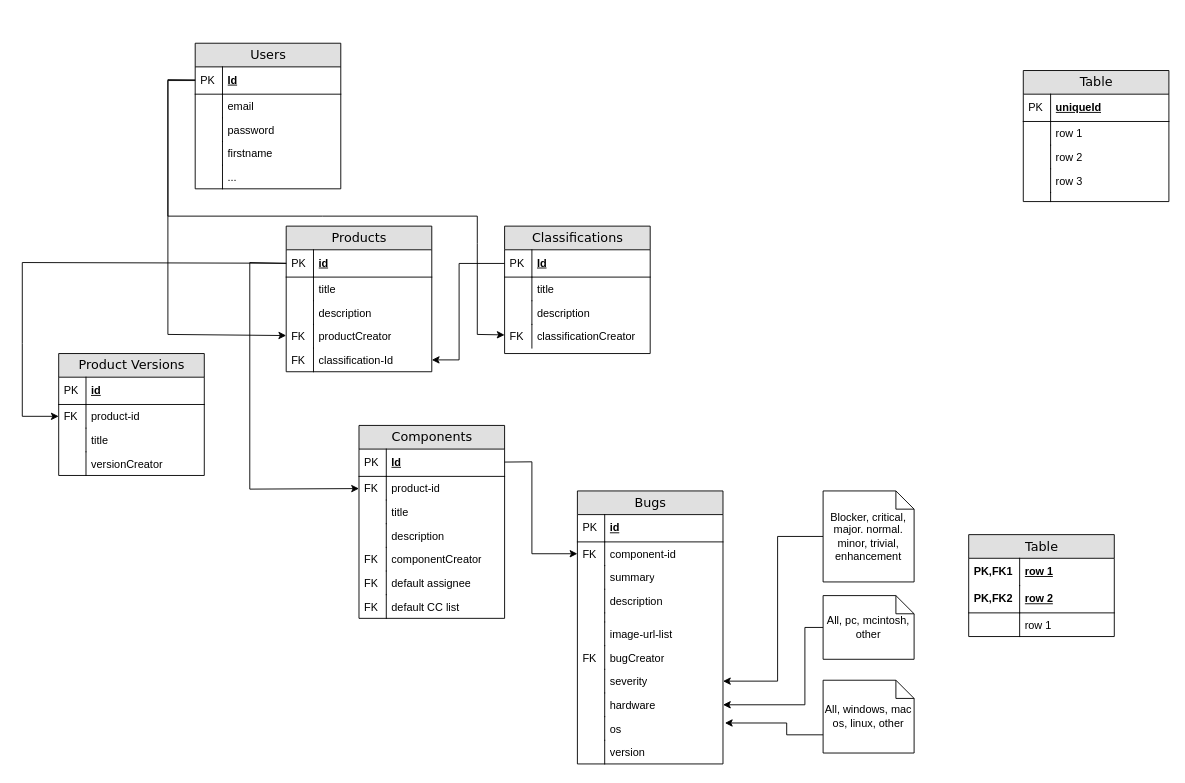
samuelsalomonv/diagrams keeps this draw.io diagram as react-course-by-colt-from-sam/bugzilla-entity-relationship.drawio. Above is the earlier version. Source tidied: cells renumbered, new cells numbered last; positions are measured from the earlier drawing's top-left corner, leaving out a move shared by most shapes. Both pictures are drawn from the tidied source at 91%, with x=0, y=0 at pixel (22, 43).
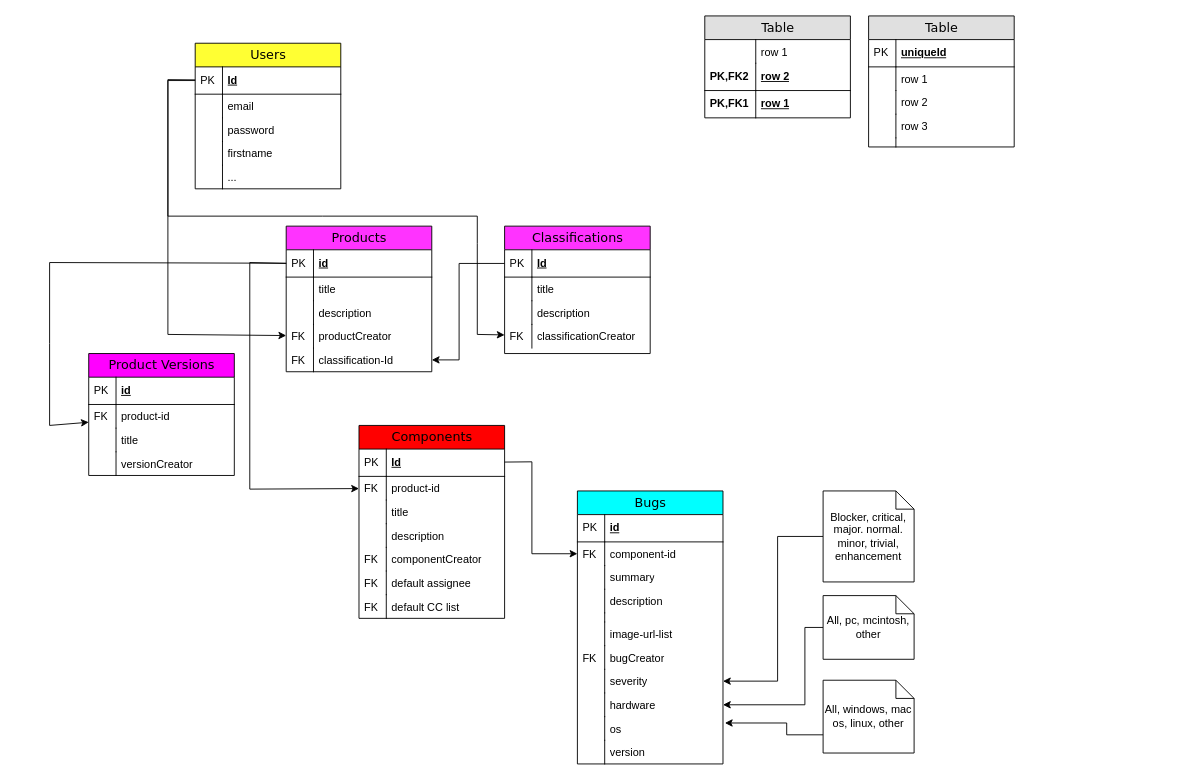
After the change.

Unchanged cells that the change refers to:
```xml
<mxCell id="41" value="id" style="shape=partialRectangle;top=0;left=0;right=0;bottom=1;html=1;align=left;verticalAlign=middle;fillColor=none;spacingLeft=34;spacingRight=4;whiteSpace=wrap;overflow=hidden;points=[[0,0.5],[1,0.5]];portConstraint=eastwest;fontStyle=5;" parent="40" vertex="1">
  <mxGeometry y="26" width="160" height="30" as="geometry" />
</mxCell>
<mxCell id="103" value="product-id" style="shape=partialRectangle;top=0;left=0;right=0;bottom=0;html=1;align=left;verticalAlign=top;fillColor=none;spacingLeft=34;spacingRight=4;whiteSpace=wrap;overflow=hidden;points=[[0,0.5],[1,0.5]];portConstraint=eastwest;" parent="100" vertex="1">
  <mxGeometry y="56" width="160" height="26" as="geometry" />
</mxCell>
```

What changed in the source:
```diff
@@
-    <mxCell id="2" value="Users" style="swimlane;html=1;fontStyle=0;horizontal=1;startSize=26;fillColor=#e0e0e0;swimlaneFillColor=#ffffff;align=center;rounded=0;shadow=0;comic=0;labelBackgroundColor=none;strokeWidth=1;fontFamily=Verdana;fontSize=14;swimlaneLine=1;" parent="1" vertex="1">
+    <mxCell id="2" value="Users" style="swimlane;html=1;fontStyle=0;horizontal=1;startSize=26;fillColor=#FFFF33;swimlaneFillColor=#ffffff;align=center;rounded=0;shadow=0;comic=0;labelBackgroundColor=none;strokeWidth=1;fontFamily=Verdana;fontSize=14;swimlaneLine=1;" parent="1" vertex="1">
       <mxGeometry x="190" width="160" height="160" as="geometry" />
     </mxCell>
@@
-    <mxCell id="13" value="Classifications" style="swimlane;html=1;fontStyle=0;horizontal=1;startSize=26;fillColor=#e0e0e0;swimlaneFillColor=#ffffff;align=center;rounded=0;shadow=0;comic=0;labelBackgroundColor=none;strokeWidth=1;fontFamily=Verdana;fontSize=14;" parent="1" vertex="1">
+    <mxCell id="13" value="Classifications" style="swimlane;html=1;fontStyle=0;horizontal=1;startSize=26;fillColor=#FF33FF;swimlaneFillColor=#ffffff;align=center;rounded=0;shadow=0;comic=0;labelBackgroundColor=none;strokeWidth=1;fontFamily=Verdana;fontSize=14;" parent="1" vertex="1">
       <mxGeometry x="530" y="201" width="160" height="140" as="geometry" />
     </mxCell>
@@
     <mxCell id="22" value="Table" style="swimlane;html=1;fontStyle=0;horizontal=1;startSize=26;fillColor=#e0e0e0;swimlaneFillColor=#ffffff;align=center;rounded=0;shadow=0;comic=0;labelBackgroundColor=none;strokeWidth=1;fontFamily=Verdana;fontSize=14;" parent="1" vertex="1">
-      <mxGeometry x="1100" y="30" width="160" height="144" as="geometry" />
+      <mxGeometry x="930" y="-30" width="160" height="144" as="geometry" />
     </mxCell>
@@
     <mxCell id="33" value="Table" style="swimlane;html=1;fontStyle=0;horizontal=1;startSize=26;fillColor=#e0e0e0;swimlaneFillColor=#ffffff;align=center;rounded=0;shadow=0;comic=0;labelBackgroundColor=none;strokeWidth=1;fontFamily=Verdana;fontSize=14;" parent="1" vertex="1">
-      <mxGeometry x="1040" y="540" width="160" height="112" as="geometry" />
+      <mxGeometry x="750" y="-30" width="160" height="112" as="geometry" />
     </mxCell>
+    <mxCell id="38" value="row 1" style="shape=partialRectangle;top=0;left=0;right=0;bottom=0;html=1;align=left;verticalAlign=top;fillColor=none;spacingLeft=60;spacingRight=4;whiteSpace=wrap;overflow=hidden;" parent="33" vertex="1">
+      <mxGeometry y="26" width="160" height="26" as="geometry" />
+    </mxCell>
+    <mxCell id="39" style="shape=partialRectangle;top=0;left=0;bottom=0;html=1;fillColor=none;align=left;verticalAlign=top;spacingLeft=4;spacingRight=4;whiteSpace=wrap;overflow=hidden;" parent="38" vertex="1">
+      <mxGeometry width="56" height="26" as="geometry" />
+    </mxCell>
+    <mxCell id="36" value="row 2" style="shape=partialRectangle;top=0;left=0;right=0;bottom=1;html=1;align=left;verticalAlign=middle;fillColor=none;spacingLeft=60;spacingRight=4;whiteSpace=wrap;overflow=hidden;fontStyle=5;" parent="33" vertex="1">
+      <mxGeometry y="52" width="160" height="30" as="geometry" />
+    </mxCell>
+    <mxCell id="37" value="PK,FK2" style="shape=partialRectangle;fontStyle=1;top=0;left=0;bottom=0;html=1;fillColor=none;align=left;verticalAlign=middle;spacingLeft=4;spacingRight=4;whiteSpace=wrap;overflow=hidden;" parent="36" vertex="1">
+      <mxGeometry width="56" height="30" as="geometry" />
+    </mxCell>
     <mxCell id="34" value="row 1" style="shape=partialRectangle;top=0;left=0;right=0;bottom=0;html=1;align=left;verticalAlign=middle;fillColor=none;spacingLeft=60;spacingRight=4;whiteSpace=wrap;overflow=hidden;fontStyle=5;" parent="33" vertex="1">
-      <mxGeometry y="26" width="160" height="30" as="geometry" />
+      <mxGeometry y="82" width="160" height="30" as="geometry" />
     </mxCell>
@@
-    <mxCell id="36" value="row 2" style="shape=partialRectangle;top=0;left=0;right=0;bottom=1;html=1;align=left;verticalAlign=middle;fillColor=none;spacingLeft=60;spacingRight=4;whiteSpace=wrap;overflow=hidden;fontStyle=5;" parent="33" vertex="1">
-      <mxGeometry y="56" width="160" height="30" as="geometry" />
-    </mxCell>
-    <mxCell id="37" value="PK,FK2" style="shape=partialRectangle;fontStyle=1;top=0;left=0;bottom=0;html=1;fillColor=none;align=left;verticalAlign=middle;spacingLeft=4;spacingRight=4;whiteSpace=wrap;overflow=hidden;" parent="36" vertex="1">
-      <mxGeometry width="56" height="30" as="geometry" />
-    </mxCell>
-    <mxCell id="38" value="row 1" style="shape=partialRectangle;top=0;left=0;right=0;bottom=0;html=1;align=left;verticalAlign=top;fillColor=none;spacingLeft=60;spacingRight=4;whiteSpace=wrap;overflow=hidden;" parent="33" vertex="1">
-      <mxGeometry y="86" width="160" height="26" as="geometry" />
-    </mxCell>
-    <mxCell id="39" style="shape=partialRectangle;top=0;left=0;bottom=0;html=1;fillColor=none;align=left;verticalAlign=top;spacingLeft=4;spacingRight=4;whiteSpace=wrap;overflow=hidden;" parent="38" vertex="1">
-      <mxGeometry width="56" height="26" as="geometry" />
-    </mxCell>
-    <mxCell id="40" value="Products" style="swimlane;html=1;fontStyle=0;horizontal=1;startSize=26;fillColor=#e0e0e0;swimlaneFillColor=#ffffff;align=center;rounded=0;shadow=0;comic=0;labelBackgroundColor=none;strokeWidth=1;fontFamily=Verdana;fontSize=14;" parent="1" vertex="1">
+    <mxCell id="40" value="Products" style="swimlane;html=1;fontStyle=0;horizontal=1;startSize=26;fillColor=#FF33FF;swimlaneFillColor=#ffffff;align=center;rounded=0;shadow=0;comic=0;labelBackgroundColor=none;strokeWidth=1;fontFamily=Verdana;fontSize=14;" parent="1" vertex="1">
       <mxGeometry x="290" y="201" width="160" height="160" as="geometry" />
     </mxCell>
@@
-    <mxCell id="51" value="Components" style="swimlane;html=1;fontStyle=0;horizontal=1;startSize=26;fillColor=#e0e0e0;swimlaneFillColor=#ffffff;align=center;rounded=0;shadow=0;comic=0;labelBackgroundColor=none;strokeWidth=1;fontFamily=Verdana;fontSize=14;" parent="1" vertex="1">
+    <mxCell id="51" value="Components" style="swimlane;html=1;fontStyle=0;horizontal=1;startSize=26;fillColor=#FF0000;swimlaneFillColor=#ffffff;align=center;rounded=0;shadow=0;comic=0;labelBackgroundColor=none;strokeWidth=1;fontFamily=Verdana;fontSize=14;" parent="1" vertex="1">
       <mxGeometry x="370" y="420" width="160" height="212" as="geometry" />
     </mxCell>
@@
-    <mxCell id="66" value="Bugs" style="swimlane;html=1;fontStyle=0;horizontal=1;startSize=26;fillColor=#e0e0e0;swimlaneFillColor=#ffffff;align=center;rounded=0;shadow=0;comic=0;labelBackgroundColor=none;strokeWidth=1;fontFamily=Verdana;fontSize=14;" parent="1" vertex="1">
+    <mxCell id="66" value="Bugs" style="swimlane;html=1;fontStyle=0;horizontal=1;startSize=26;fillColor=#00FFFF;swimlaneFillColor=#ffffff;align=center;rounded=0;shadow=0;comic=0;labelBackgroundColor=none;strokeWidth=1;fontFamily=Verdana;fontSize=14;" parent="1" vertex="1">
       <mxGeometry x="610" y="492" width="160" height="300" as="geometry" />
     </mxCell>
@@
-    <mxCell id="100" value="Product Versions" style="swimlane;html=1;fontStyle=0;horizontal=1;startSize=26;fillColor=#e0e0e0;swimlaneFillColor=#ffffff;align=center;rounded=0;shadow=0;comic=0;labelBackgroundColor=none;strokeWidth=1;fontFamily=Verdana;fontSize=14;" parent="1" vertex="1">
-      <mxGeometry x="40" y="341" width="160" height="134" as="geometry" />
+    <mxCell id="100" value="Product Versions" style="swimlane;html=1;fontStyle=0;horizontal=1;startSize=26;fillColor=#FF00FF;swimlaneFillColor=#ffffff;align=center;rounded=0;shadow=0;comic=0;labelBackgroundColor=none;strokeWidth=1;fontFamily=Verdana;fontSize=14;" parent="1" vertex="1">
+      <mxGeometry x="73" y="341" width="160" height="134" as="geometry" />
     </mxCell>
@@
     <mxCell id="109" style="endArrow=classic;html=1;rounded=0;" parent="1" edge="1" source="41" target="103">
       <mxGeometry relative="1" as="geometry">
         <Array as="points">
-          <mxPoint y="241" />
-          <mxPoint y="330" />
-          <mxPoint y="410" />
+          <mxPoint x="30" y="241" />
+          <mxPoint x="30" y="330" />
+          <mxPoint x="30" y="420" />
         </Array>
       </mxGeometry>
     </mxCell>
```
